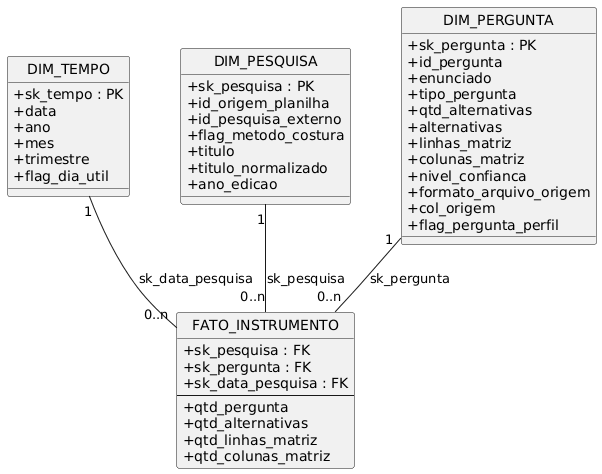
balb-0/Synapse keeps this PlantUML diagram as docs/assets/prototipos-dashboards/imagens/cubo-04.png. Above is the earlier version.
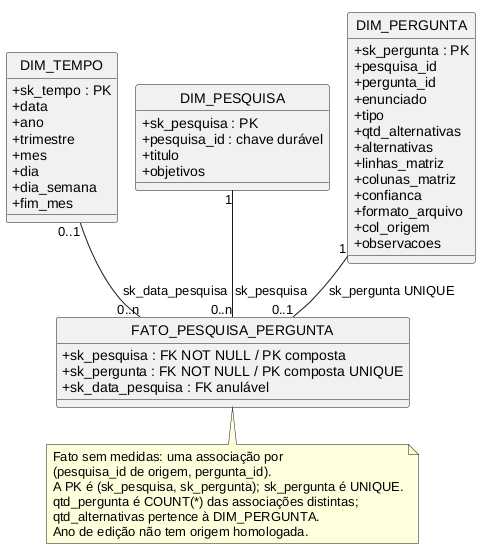
After the change.

Diff of the diagram source:
```diff
@@ -1,4 +1,5 @@
 @startuml
+
 !define table(x) class x << (T,#FFAAAA) >>
 !define fact(x) class x << (F,#AAFFAA) >>
 
@@ -11,48 +12,53 @@
   + sk_tempo : PK
   + data
   + ano
+  + trimestre
   + mes
-  + trimestre
-  + flag_dia_util
+  + dia
+  + dia_semana
+  + fim_mes
 }
 
 table(DIM_PESQUISA) {
   + sk_pesquisa : PK
-  + id_origem_planilha
-  + id_pesquisa_externo
-  + flag_metodo_costura
+  + pesquisa_id : chave durável
   + titulo
-  + titulo_normalizado
-  + ano_edicao
+  + objetivos
 }
 
 table(DIM_PERGUNTA) {
   + sk_pergunta : PK
-  + id_pergunta
+  + pesquisa_id
+  + pergunta_id
   + enunciado
-  + tipo_pergunta
+  + tipo
   + qtd_alternativas
   + alternativas
   + linhas_matriz
   + colunas_matriz
-  + nivel_confianca
-  + formato_arquivo_origem
+  + confianca
+  + formato_arquivo
   + col_origem
-  + flag_pergunta_perfil
+  + observacoes
 }
 
-fact(FATO_INSTRUMENTO) {
-  + sk_pesquisa : FK
-  + sk_pergunta : FK
-  + sk_data_pesquisa : FK
-  --
-  + qtd_pergunta
-  + qtd_alternativas
-  + qtd_linhas_matriz
-  + qtd_colunas_matriz
+fact(FATO_PESQUISA_PERGUNTA) {
+  + sk_pesquisa : FK NOT NULL / PK composta
+  + sk_pergunta : FK NOT NULL / PK composta UNIQUE
+  + sk_data_pesquisa : FK anulável
 }
 
-DIM_TEMPO "1" -- "0..n" FATO_INSTRUMENTO : sk_data_pesquisa
-DIM_PESQUISA "1" -- "0..n" FATO_INSTRUMENTO : sk_pesquisa
-DIM_PERGUNTA "1" -- "0..n" FATO_INSTRUMENTO : sk_pergunta
+DIM_TEMPO "0..1" -- "0..n" FATO_PESQUISA_PERGUNTA : sk_data_pesquisa
+DIM_PESQUISA "1" -- "0..n" FATO_PESQUISA_PERGUNTA : sk_pesquisa
+DIM_PERGUNTA "1" -- "0..1" FATO_PESQUISA_PERGUNTA : sk_pergunta UNIQUE
+
+note bottom of FATO_PESQUISA_PERGUNTA
+  Fato sem medidas: uma associação por
+  (pesquisa_id de origem, pergunta_id).
+  A PK é (sk_pesquisa, sk_pergunta); sk_pergunta é UNIQUE.
+  qtd_pergunta é COUNT(*) das associações distintas;
+  qtd_alternativas pertence à DIM_PERGUNTA.
+  Ano de edição não tem origem homologada.
+end note
+
 @enduml
```
